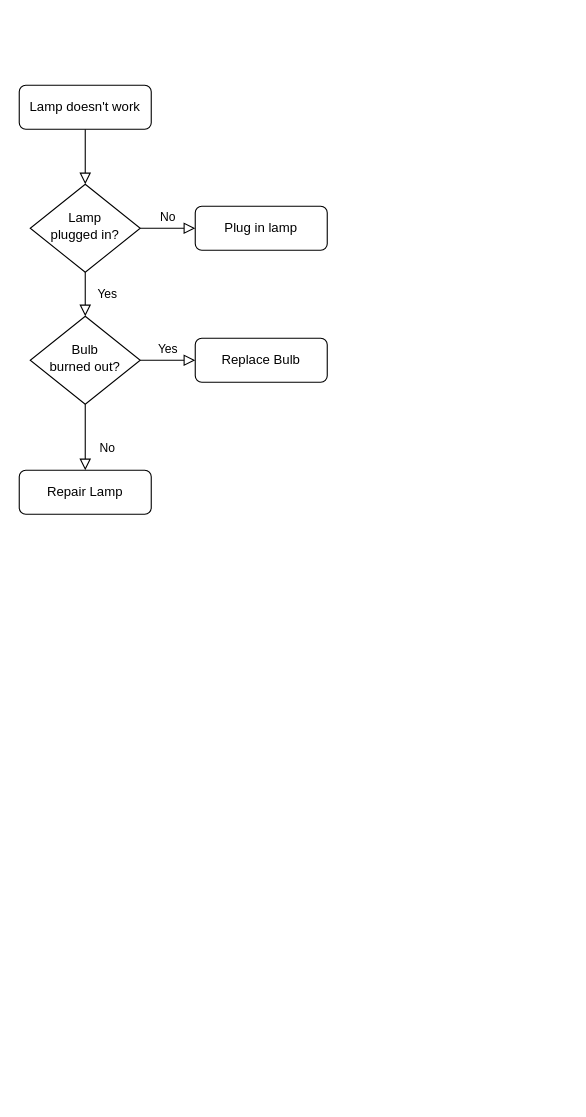
Above: mainLoop.drawio in jtsang02/leetChess (draw.io), before the change. Source tidied: cells renumbered, new cells numbered last; positions are measured from the earlier drawing's top-left corner, leaving out a move shared by most shapes. Both pictures are drawn from the tidied source at 110%, with x=0, y=0 at pixel (19, 85).
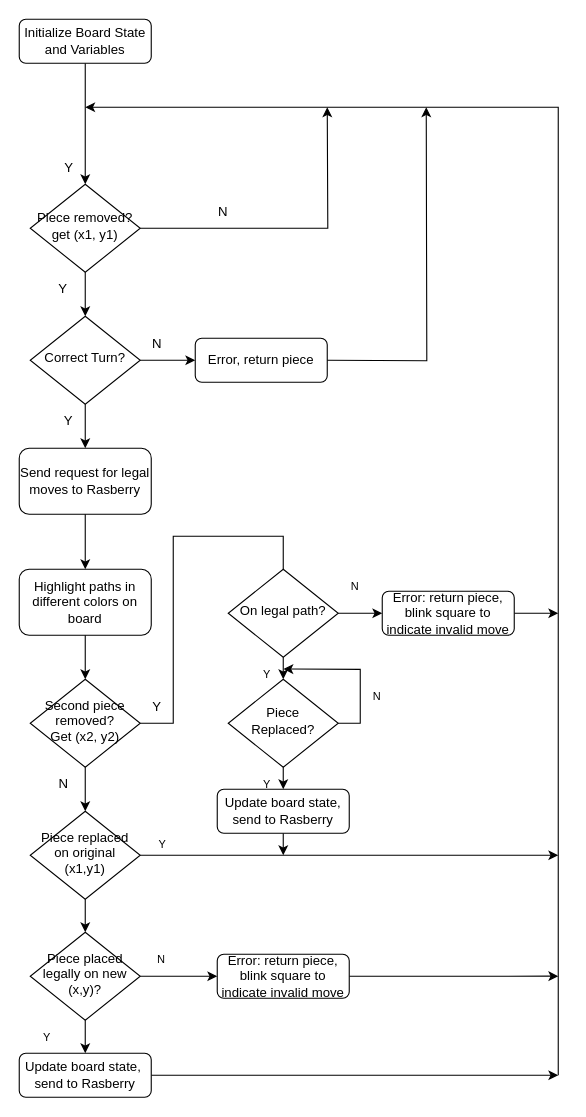
After the change.

Diff of the diagram source:
```diff
@@
-    <mxCell id="2" style="rounded=0;html=1;jettySize=auto;fontSize=11;endArrow=block;endFill=0;endSize=8;strokeWidth=1;shadow=0;labelBackgroundColor=none;edgeStyle=orthogonalEdgeStyle;" parent="1" edge="1" source="3" target="6">
-      <mxGeometry relative="1" as="geometry" />
-    </mxCell>
-    <mxCell id="3" value="Lamp doesn't work" style="rounded=1;whiteSpace=wrap;html=1;fontSize=12;glass=0;strokeWidth=1;shadow=0;" parent="1" vertex="1">
-      <mxGeometry width="120" height="40" as="geometry" />
-    </mxCell>
+    <mxCell id="6" value="Piece removed?&lt;br&gt;get (x1, y1)" style="rhombus;whiteSpace=wrap;html=1;shadow=0;fontFamily=Helvetica;fontSize=12;align=center;strokeWidth=1;spacing=6;spacingTop=-4;" parent="1" vertex="1">
+      <mxGeometry x="10" y="90" width="100" height="80" as="geometry" />
+    </mxCell>
+    <mxCell id="10" value="Correct Turn?" style="rhombus;whiteSpace=wrap;html=1;shadow=0;fontFamily=Helvetica;fontSize=12;align=center;strokeWidth=1;spacing=6;spacingTop=-4;" parent="1" vertex="1">
+      <mxGeometry x="10" y="210" width="100" height="80" as="geometry" />
+    </mxCell>
+    <mxCell id="12" value="Error, return piece" style="rounded=1;whiteSpace=wrap;html=1;fontSize=12;glass=0;strokeWidth=1;shadow=0;" parent="1" vertex="1">
+      <mxGeometry x="160" y="230" width="120" height="40" as="geometry" />
+    </mxCell>
+    <mxCell id="13" style="edgeStyle=orthogonalEdgeStyle;rounded=0;jettySize=auto;html=1;exitX=1;exitY=0.5;exitDx=0;exitDy=0;" parent="1" edge="1" source="6">
+      <mxGeometry relative="1" as="geometry">
+        <mxPoint x="280" y="20" as="targetPoint" />
+      </mxGeometry>
+    </mxCell>
+    <mxCell id="14" value="Y" style="text;html=1;align=center;verticalAlign=middle;strokeColor=none;fillColor=none;" parent="1" vertex="1">
+      <mxGeometry x="30" y="60" width="30" height="30" as="geometry" />
+    </mxCell>
+    <mxCell id="15" style="endArrow=classic;html=1;rounded=0;" parent="1" edge="1">
+      <mxGeometry relative="1" as="geometry">
+        <mxPoint x="490" y="900" as="sourcePoint" />
+        <mxPoint x="60" y="20" as="targetPoint" />
+        <Array as="points">
+          <mxPoint x="490" y="20" />
+        </Array>
+      </mxGeometry>
+    </mxCell>
+    <mxCell id="16" value="N" style="text;html=1;align=center;verticalAlign=middle;strokeColor=none;fillColor=none;" parent="1" vertex="1">
+      <mxGeometry x="170" y="100" width="30" height="30" as="geometry" />
+    </mxCell>
-    <mxCell id="4" value="Yes" style="rounded=0;html=1;jettySize=auto;fontSize=11;endArrow=block;endFill=0;endSize=8;strokeWidth=1;shadow=0;labelBackgroundColor=none;edgeStyle=orthogonalEdgeStyle;" parent="1" edge="1" source="6" target="10">
-      <mxGeometry y="20" relative="1" as="geometry" />
+    <mxCell id="4" style="endArrow=classic;html=1;rounded=0;exitX=0.5;exitY=1;exitDx=0;exitDy=0;" parent="1" edge="1" source="6" target="10">
+      <mxGeometry relative="1" as="geometry" />
     </mxCell>
-    <mxCell id="5" value="No" style="edgeStyle=orthogonalEdgeStyle;rounded=0;html=1;jettySize=auto;fontSize=11;endArrow=block;endFill=0;endSize=8;strokeWidth=1;shadow=0;labelBackgroundColor=none;" parent="1" edge="1" source="6" target="7">
-      <mxGeometry y="10" relative="1" as="geometry" />
-    </mxCell>
-    <mxCell id="6" value="Lamp&lt;br&gt;plugged in?" style="rhombus;whiteSpace=wrap;html=1;shadow=0;fontFamily=Helvetica;fontSize=12;align=center;strokeWidth=1;spacing=6;spacingTop=-4;" parent="1" vertex="1">
-      <mxGeometry x="10" y="90" width="100" height="80" as="geometry" />
-    </mxCell>
-    <mxCell id="7" value="Plug in lamp" style="rounded=1;whiteSpace=wrap;html=1;fontSize=12;glass=0;strokeWidth=1;shadow=0;" parent="1" vertex="1">
-      <mxGeometry x="160" y="110" width="120" height="40" as="geometry" />
-    </mxCell>
-    <mxCell id="8" value="No" style="rounded=0;html=1;jettySize=auto;fontSize=11;endArrow=block;endFill=0;endSize=8;strokeWidth=1;shadow=0;labelBackgroundColor=none;edgeStyle=orthogonalEdgeStyle;" parent="1" edge="1" source="10" target="11">
-      <mxGeometry x="0.33" y="20" relative="1" as="geometry" />
-    </mxCell>
+    <mxCell id="17" value="Y" style="text;html=1;strokeColor=none;fillColor=none;align=center;verticalAlign=middle;whiteSpace=wrap;rounded=0;" parent="1" vertex="1">
+      <mxGeometry x="10" y="170" width="60" height="30" as="geometry" />
+    </mxCell>
+    <mxCell id="18" style="endArrow=classic;html=1;rounded=0;exitX=0.5;exitY=1;exitDx=0;exitDy=0;" parent="1" edge="1" source="34" target="6">
+      <mxGeometry relative="1" as="geometry" />
+    </mxCell>
-    <mxCell id="9" value="Yes" style="edgeStyle=orthogonalEdgeStyle;rounded=0;html=1;jettySize=auto;fontSize=11;endArrow=block;endFill=0;endSize=8;strokeWidth=1;shadow=0;labelBackgroundColor=none;" parent="1" edge="1" source="10" target="12">
-      <mxGeometry y="10" relative="1" as="geometry" />
+    <mxCell id="9" style="endArrow=classic;html=1;rounded=0;exitX=1;exitY=0.5;exitDx=0;exitDy=0;entryX=0;entryY=0.5;entryDx=0;entryDy=0;" parent="1" edge="1" source="10" target="12">
+      <mxGeometry relative="1" as="geometry" />
     </mxCell>
-    <mxCell id="10" value="Bulb&lt;br&gt;burned out?" style="rhombus;whiteSpace=wrap;html=1;shadow=0;fontFamily=Helvetica;fontSize=12;align=center;strokeWidth=1;spacing=6;spacingTop=-4;" parent="1" vertex="1">
-      <mxGeometry x="10" y="210" width="100" height="80" as="geometry" />
-    </mxCell>
-    <mxCell id="11" value="Repair Lamp" style="rounded=1;whiteSpace=wrap;html=1;fontSize=12;glass=0;strokeWidth=1;shadow=0;" parent="1" vertex="1">
-      <mxGeometry y="350" width="120" height="40" as="geometry" />
-    </mxCell>
-    <mxCell id="12" value="Replace Bulb" style="rounded=1;whiteSpace=wrap;html=1;fontSize=12;glass=0;strokeWidth=1;shadow=0;" parent="1" vertex="1">
-      <mxGeometry x="160" y="230" width="120" height="40" as="geometry" />
-    </mxCell>
+    <mxCell id="19" value="N" style="text;html=1;align=center;verticalAlign=middle;strokeColor=none;fillColor=none;" parent="1" vertex="1">
+      <mxGeometry x="110" y="220" width="30" height="30" as="geometry" />
+    </mxCell>
+    <mxCell id="20" style="edgeStyle=orthogonalEdgeStyle;rounded=0;orthogonalLoop=1;jettySize=auto;html=1;exitX=1;exitY=0.5;exitDx=0;exitDy=0;" parent="1" edge="1">
+      <mxGeometry relative="1" as="geometry">
+        <mxPoint x="280" y="250" as="sourcePoint" />
+        <mxPoint x="370" y="20" as="targetPoint" />
+      </mxGeometry>
+    </mxCell>
+    <mxCell id="21" style="endArrow=classic;html=1;rounded=0;exitX=0.5;exitY=1;exitDx=0;exitDy=0;" parent="1" edge="1" source="10">
+      <mxGeometry relative="1" as="geometry">
+        <mxPoint x="60" y="330" as="targetPoint" />
+      </mxGeometry>
+    </mxCell>
+    <mxCell id="22" value="Send request for legal moves to Rasberry" style="rounded=1;whiteSpace=wrap;html=1;" parent="1" vertex="1">
+      <mxGeometry y="330" width="120" height="60" as="geometry" />
+    </mxCell>
+    <mxCell id="23" value="Y" style="text;html=1;strokeColor=none;fillColor=none;align=center;verticalAlign=middle;whiteSpace=wrap;rounded=0;" parent="1" vertex="1">
+      <mxGeometry x="15" y="290" width="60" height="30" as="geometry" />
+    </mxCell>
+    <mxCell id="24" value="Highlight paths in different colors on board" style="rounded=1;whiteSpace=wrap;html=1;" parent="1" vertex="1">
+      <mxGeometry y="440" width="120" height="60" as="geometry" />
+    </mxCell>
+    <mxCell id="25" style="endArrow=classic;html=1;rounded=0;exitX=0.5;exitY=1;exitDx=0;exitDy=0;" parent="1" edge="1" source="22">
+      <mxGeometry relative="1" as="geometry">
+        <mxPoint x="60" y="440" as="targetPoint" />
+      </mxGeometry>
+    </mxCell>
+    <mxCell id="26" value="Second piece removed? &lt;br&gt;Get (x2, y2)" style="rhombus;whiteSpace=wrap;html=1;shadow=0;fontFamily=Helvetica;fontSize=12;align=center;strokeWidth=1;spacing=6;spacingTop=-4;" parent="1" vertex="1">
+      <mxGeometry x="10" y="540" width="100" height="80" as="geometry" />
+    </mxCell>
+    <mxCell id="27" style="endArrow=classic;html=1;rounded=0;exitX=0.5;exitY=1;exitDx=0;exitDy=0;entryX=0.5;entryY=0;entryDx=0;entryDy=0;" parent="1" edge="1" source="24" target="26">
+      <mxGeometry relative="1" as="geometry" />
+    </mxCell>
+    <mxCell id="28" style="endArrow=classic;html=1;rounded=0;exitX=0.5;exitY=1;exitDx=0;exitDy=0;" parent="1" edge="1" source="26">
+      <mxGeometry relative="1" as="geometry">
+        <mxPoint x="60" y="660" as="targetPoint" />
+      </mxGeometry>
+    </mxCell>
+    <mxCell id="29" value="On legal path?" style="rhombus;whiteSpace=wrap;html=1;shadow=0;fontFamily=Helvetica;fontSize=12;align=center;strokeWidth=1;spacing=6;spacingTop=-4;" parent="1" vertex="1">
+      <mxGeometry x="190" y="440" width="100" height="80" as="geometry" />
+    </mxCell>
+    <mxCell id="30" style="endArrow=none;html=1;rounded=0;exitX=1;exitY=0.5;exitDx=0;exitDy=0;entryX=0.5;entryY=0;entryDx=0;entryDy=0;" parent="1" edge="1" source="26" target="29">
+      <mxGeometry relative="1" as="geometry">
+        <Array as="points">
+          <mxPoint x="140" y="580" />
+          <mxPoint x="140" y="410" />
+          <mxPoint x="240" y="410" />
+        </Array>
+      </mxGeometry>
+    </mxCell>
+    <mxCell id="31" value="Piece replaced on original (x1,y1)" style="rhombus;whiteSpace=wrap;html=1;shadow=0;fontFamily=Helvetica;fontSize=12;align=center;strokeWidth=1;spacing=6;spacingTop=-4;" parent="1" vertex="1">
+      <mxGeometry x="10" y="660" width="100" height="80" as="geometry" />
+    </mxCell>
+    <mxCell id="32" value="Y" style="text;html=1;align=center;verticalAlign=middle;strokeColor=none;fillColor=none;" parent="1" vertex="1">
+      <mxGeometry x="110" y="550" width="30" height="30" as="geometry" />
+    </mxCell>
+    <mxCell id="33" value="N" style="text;html=1;align=center;verticalAlign=middle;strokeColor=none;fillColor=none;" parent="1" vertex="1">
+      <mxGeometry x="25" y="620" width="30" height="30" as="geometry" />
+    </mxCell>
+    <mxCell id="34" value="Initialize Board State and Variables" style="rounded=1;whiteSpace=wrap;html=1;fontSize=12;glass=0;strokeWidth=1;shadow=0;" parent="1" vertex="1">
+      <mxGeometry y="-60" width="120" height="40" as="geometry" />
+    </mxCell>
+    <mxCell id="35" style="endArrow=classic;html=1;rounded=0;fontSize=10;exitX=1;exitY=0.5;exitDx=0;exitDy=0;entryX=0;entryY=0.5;entryDx=0;entryDy=0;" parent="1" edge="1" source="29" target="38">
+      <mxGeometry relative="1" as="geometry" />
+    </mxCell>
+    <mxCell id="36" value="N" style="text;html=1;align=center;verticalAlign=middle;strokeColor=none;fillColor=none;fontSize=10;" parent="1" vertex="1">
+      <mxGeometry x="290" y="440" width="30" height="30" as="geometry" />
+    </mxCell>
+    <mxCell id="37" style="edgeStyle=orthogonalEdgeStyle;rounded=0;jettySize=auto;html=1;exitX=1;exitY=0.5;exitDx=0;exitDy=0;fontSize=10;" parent="1" edge="1" source="38">
+      <mxGeometry relative="1" as="geometry">
+        <mxPoint x="490" y="480" as="targetPoint" />
+        <Array as="points">
+          <mxPoint x="480" y="480" />
+          <mxPoint x="480" y="480" />
+        </Array>
+      </mxGeometry>
+    </mxCell>
+    <mxCell id="38" value="Error: return piece,&lt;br&gt;blink square to indicate invalid move" style="rounded=1;whiteSpace=wrap;html=1;fontSize=12;glass=0;strokeWidth=1;shadow=0;" parent="1" vertex="1">
+      <mxGeometry x="330" y="460" width="120" height="40" as="geometry" />
+    </mxCell>
+    <mxCell id="39" value="Piece Replaced?" style="rhombus;whiteSpace=wrap;html=1;shadow=0;fontFamily=Helvetica;fontSize=12;align=center;strokeWidth=1;spacing=6;spacingTop=-4;" parent="1" vertex="1">
+      <mxGeometry x="190" y="540" width="100" height="80" as="geometry" />
+    </mxCell>
+    <mxCell id="40" style="endArrow=classic;html=1;rounded=0;fontSize=10;exitX=0.5;exitY=1;exitDx=0;exitDy=0;" parent="1" edge="1" source="29">
+      <mxGeometry relative="1" as="geometry">
+        <mxPoint x="240" y="540" as="targetPoint" />
+      </mxGeometry>
+    </mxCell>
+    <mxCell id="41" value="Y" style="text;html=1;align=center;verticalAlign=middle;points=[];strokeColor=none;fillColor=none;fontSize=10;" parent="1" vertex="1">
+      <mxGeometry x="210" y="520" width="30" height="30" as="geometry" />
+    </mxCell>
+    <mxCell id="42" style="edgeStyle=orthogonalEdgeStyle;rounded=0;jettySize=auto;html=1;fontSize=10;" parent="1" edge="1" source="43">
+      <mxGeometry relative="1" as="geometry">
+        <mxPoint x="240" y="700" as="targetPoint" />
+      </mxGeometry>
+    </mxCell>
+    <mxCell id="43" value="Update board state,&lt;br&gt;send to Rasberry" style="rounded=1;whiteSpace=wrap;html=1;fontSize=12;glass=0;strokeWidth=1;shadow=0;" parent="1" vertex="1">
+      <mxGeometry x="180" y="640" width="120" height="40" as="geometry" />
+    </mxCell>
+    <mxCell id="44" style="endArrow=classic;html=1;rounded=0;fontSize=10;exitX=0.5;exitY=1;exitDx=0;exitDy=0;" parent="1" edge="1" source="39">
+      <mxGeometry relative="1" as="geometry">
+        <mxPoint x="240" y="640" as="targetPoint" />
+      </mxGeometry>
+    </mxCell>
+    <mxCell id="45" value="Y" style="text;html=1;align=center;verticalAlign=middle;strokeColor=none;fillColor=none;fontSize=10;" parent="1" vertex="1">
+      <mxGeometry x="210" y="620" width="30" height="30" as="geometry" />
+    </mxCell>
+    <mxCell id="46" style="endArrow=classic;html=1;rounded=0;fontSize=10;exitX=1;exitY=0.5;exitDx=0;exitDy=0;" parent="1" edge="1" source="31">
+      <mxGeometry relative="1" as="geometry">
+        <mxPoint x="490" y="700" as="targetPoint" />
+      </mxGeometry>
+    </mxCell>
+    <mxCell id="47" style="endArrow=classic;html=1;rounded=0;fontSize=10;entryX=1.006;entryY=0.356;entryDx=0;entryDy=0;entryPerimeter=0;exitX=1;exitY=0.5;exitDx=0;exitDy=0;" parent="1" edge="1" source="39" target="41">
+      <mxGeometry relative="1" as="geometry">
+        <Array as="points">
+          <mxPoint x="310" y="580" />
+          <mxPoint x="310" y="531" />
+        </Array>
+      </mxGeometry>
+    </mxCell>
+    <mxCell id="48" value="N" style="text;html=1;align=center;verticalAlign=middle;strokeColor=none;fillColor=none;fontSize=10;" parent="1" vertex="1">
+      <mxGeometry x="310" y="540" width="30" height="30" as="geometry" />
+    </mxCell>
+    <mxCell id="49" style="edgeStyle=orthogonalEdgeStyle;rounded=0;jettySize=auto;html=1;exitX=1;exitY=0.5;exitDx=0;exitDy=0;entryX=0;entryY=0.5;entryDx=0;entryDy=0;fontSize=10;" parent="1" edge="1" source="50" target="53">
+      <mxGeometry relative="1" as="geometry" />
+    </mxCell>
+    <mxCell id="50" value="Piece placed legally on new (x,y)?" style="rhombus;whiteSpace=wrap;html=1;shadow=0;fontFamily=Helvetica;fontSize=12;align=center;strokeWidth=1;spacing=6;spacingTop=-4;" parent="1" vertex="1">
+      <mxGeometry x="10" y="770" width="100" height="80" as="geometry" />
+    </mxCell>
+    <mxCell id="51" style="endArrow=classic;html=1;rounded=0;fontSize=10;exitX=0.5;exitY=1;exitDx=0;exitDy=0;" parent="1" edge="1" source="31" target="50">
+      <mxGeometry relative="1" as="geometry" />
+    </mxCell>
+    <mxCell id="52" style="edgeStyle=orthogonalEdgeStyle;rounded=0;jettySize=auto;html=1;exitX=1;exitY=0.5;exitDx=0;exitDy=0;fontSize=10;" parent="1" edge="1" source="53">
+      <mxGeometry relative="1" as="geometry">
+        <mxPoint x="490" y="809.9" as="targetPoint" />
+      </mxGeometry>
+    </mxCell>
+    <mxCell id="53" value="Error: return piece,&lt;br&gt;blink square to indicate invalid move" style="rounded=1;whiteSpace=wrap;html=1;fontSize=12;glass=0;strokeWidth=1;shadow=0;" parent="1" vertex="1">
+      <mxGeometry x="180" y="790" width="120" height="40" as="geometry" />
+    </mxCell>
+    <mxCell id="54" style="endArrow=classic;html=1;rounded=0;fontSize=10;exitX=0.5;exitY=1;exitDx=0;exitDy=0;" parent="1" edge="1" source="50">
+      <mxGeometry relative="1" as="geometry">
+        <mxPoint x="60" y="880" as="targetPoint" />
+      </mxGeometry>
+    </mxCell>
+    <mxCell id="55" style="edgeStyle=orthogonalEdgeStyle;rounded=0;jettySize=auto;html=1;exitX=1;exitY=0.5;exitDx=0;exitDy=0;fontSize=10;" parent="1" edge="1" source="56">
+      <mxGeometry relative="1" as="geometry">
+        <mxPoint x="490" y="900" as="targetPoint" />
+      </mxGeometry>
+    </mxCell>
+    <mxCell id="56" value="Update board state,&amp;nbsp;&lt;br&gt;send to Rasberry" style="rounded=1;whiteSpace=wrap;html=1;fontSize=12;glass=0;strokeWidth=1;shadow=0;" parent="1" vertex="1">
+      <mxGeometry y="880" width="120" height="40" as="geometry" />
+    </mxCell>
+    <mxCell id="57" value="Y" style="text;html=1;align=center;verticalAlign=middle;strokeColor=none;fillColor=none;fontSize=10;" parent="1" vertex="1">
+      <mxGeometry x="10" y="850" width="30" height="30" as="geometry" />
+    </mxCell>
+    <mxCell id="58" value="Y" style="text;html=1;align=center;verticalAlign=middle;strokeColor=none;fillColor=none;fontSize=10;" parent="1" vertex="1">
+      <mxGeometry x="115" y="675" width="30" height="30" as="geometry" />
+    </mxCell>
+    <mxCell id="59" value="N" style="text;html=1;align=center;verticalAlign=middle;strokeColor=none;fillColor=none;fontSize=10;rotation=-180;" parent="1" vertex="1">
+      <mxGeometry x="115" y="780" width="30" height="30" as="geometry" />
+    </mxCell>
```
